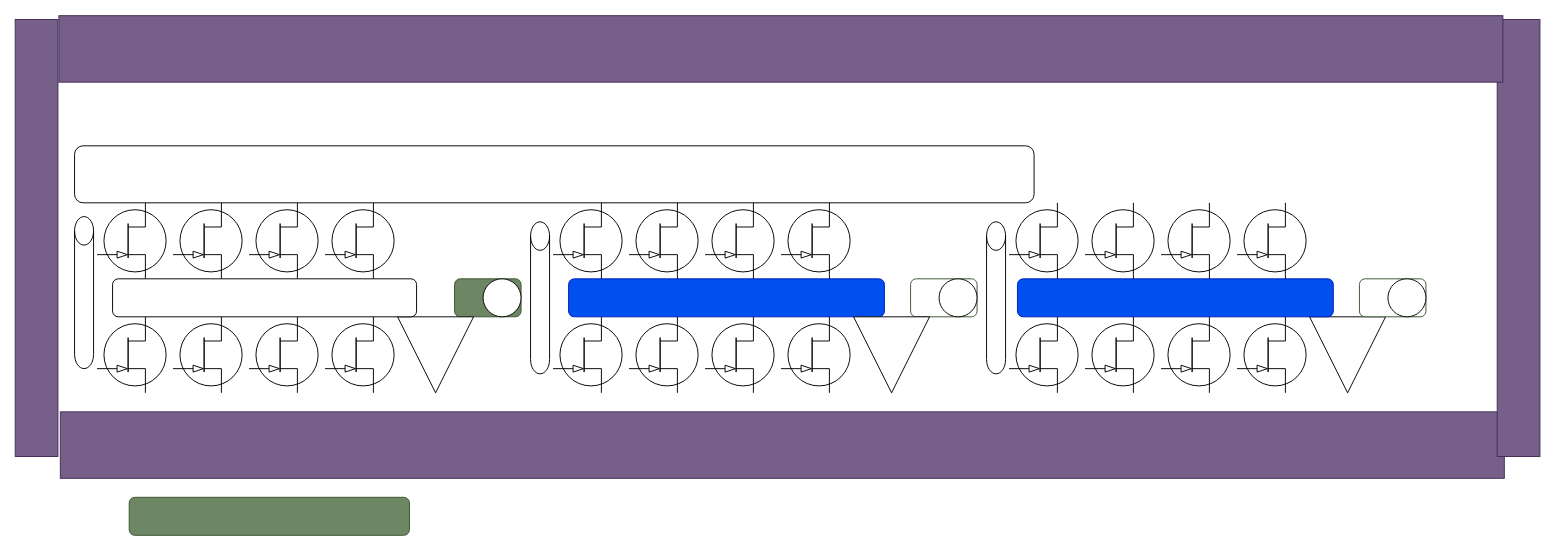
Earlier version of the draw.io diagram page "布局方案3（高端采样）" (3 of 6) of 氮化镓布局.drawio (dchangsheng/drawio). Source tidied: cells renumbered, new cells numbered last; positions are measured from the earlier drawing's top-left corner, leaving out a move shared by most shapes. Both pictures are drawn from the tidied source at 95%, with x=0, y=0 at pixel (-182, 15).
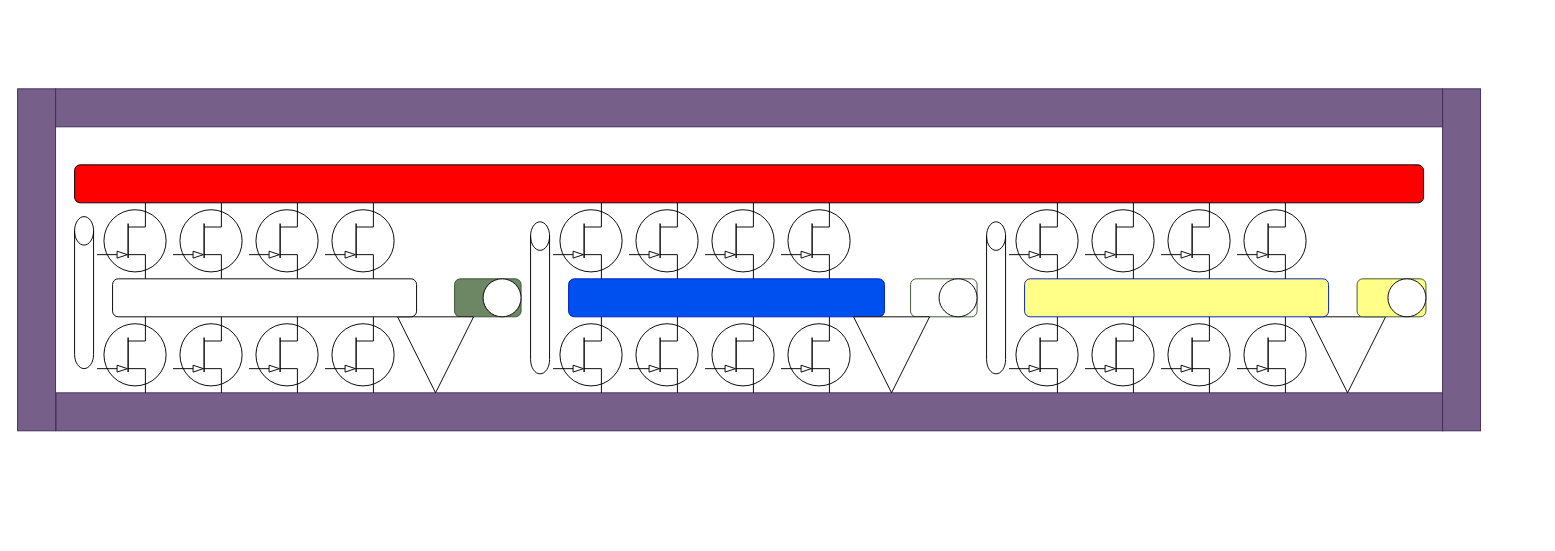
After the change.

What changed in the source:
```diff
@@
     <mxCell id="2" style="rounded=0;whiteSpace=wrap;html=1;fillColor=light-dark(#76608A,#000099);strokeColor=#432D57;fontColor=#ffffff;rotation=-180;" parent="1" vertex="1">
-      <mxGeometry x="255" y="417" width="1520" height="70" as="geometry" />
+      <mxGeometry x="250.5" y="397" width="1460" height="40" as="geometry" />
     </mxCell>
@@
-    <mxCell id="9" style="rounded=0;whiteSpace=wrap;html=1;fillColor=light-dark(#76608A,#000099);strokeColor=#432D57;fontColor=#ffffff;rotation=-90;" parent="1" vertex="1">
-      <mxGeometry y="211.5" width="460" height="45" as="geometry" />
-    </mxCell>
     <mxCell id="10" style="rounded=0;whiteSpace=wrap;html=1;fillColor=light-dark(#76608A,#000099);strokeColor=#432D57;fontColor=#ffffff;rotation=-90;" parent="1" vertex="1">
-      <mxGeometry x="1560" y="211.5" width="460" height="45" as="geometry" />
+      <mxGeometry x="1550" y="237" width="360" height="40" as="geometry" />
     </mxCell>
     <mxCell id="11" style="rounded=0;whiteSpace=wrap;html=1;fillColor=light-dark(#76608A,#000099);strokeColor=#432D57;fontColor=#ffffff;rotation=-180;" parent="1" vertex="1">
-      <mxGeometry x="253.5" width="1520" height="70" as="geometry" />
+      <mxGeometry x="250" y="77" width="1460" height="40" as="geometry" />
     </mxCell>
@@
-    <mxCell id="19" style="rounded=1;whiteSpace=wrap;html=1;fillColor=#6d8764;fontColor=#ffffff;strokeColor=#3A5431;rotation=0;" parent="1" vertex="1">
-      <mxGeometry x="327.5" y="507" width="295" height="40" as="geometry" />
-    </mxCell>
@@
-    <mxCell id="21" style="rounded=1;whiteSpace=wrap;html=1;" parent="1" vertex="1">
+    <mxCell id="21" style="rounded=1;whiteSpace=wrap;html=1;fillColor=light-dark(#FFFFFF,#718769);" parent="1" vertex="1">
       <mxGeometry x="310" y="277" width="320" height="40" as="geometry" />
     </mxCell>
@@
-    <mxCell id="23" style="rounded=1;whiteSpace=wrap;html=1;" parent="1" vertex="1">
-      <mxGeometry x="270" y="137" width="1010" height="60" as="geometry" />
+    <mxCell id="23" style="rounded=1;whiteSpace=wrap;html=1;fillColor=light-dark(#FF0000,#FF0000);" parent="1" vertex="1">
+      <mxGeometry x="270" y="157" width="1420" height="40" as="geometry" />
     </mxCell>
@@
-    <mxCell id="36" style="rounded=1;whiteSpace=wrap;html=1;fillColor=light-dark(#FFFFFF,#6DB2FF);fontColor=#ffffff;strokeColor=#3A5431;rotation=0;" parent="1" vertex="1">
-      <mxGeometry x="1622.5" y="277" width="70" height="40" as="geometry" />
+    <mxCell id="36" style="rounded=1;whiteSpace=wrap;html=1;fillColor=light-dark(#FFFF88,#FFFF33);fontColor=#ffffff;strokeColor=#3A5431;rotation=0;" parent="1" vertex="1">
+      <mxGeometry x="1620" y="277" width="72.5" height="40" as="geometry" />
     </mxCell>
@@
-    <mxCell id="38" style="rounded=1;whiteSpace=wrap;html=1;fillColor=#0050ef;strokeColor=#001DBC;rotation=0;fontColor=#ffffff;" parent="1" vertex="1">
-      <mxGeometry x="1262.5" y="277" width="332.5" height="40" as="geometry" />
+    <mxCell id="38" style="rounded=1;whiteSpace=wrap;html=1;fillColor=light-dark(#FFFF88,#FFFF33);strokeColor=#001DBC;rotation=0;fontColor=#ffffff;" parent="1" vertex="1">
+      <mxGeometry x="1270" y="277" width="320" height="40" as="geometry" />
     </mxCell>
@@
+    <mxCell id="47" style="rounded=0;whiteSpace=wrap;html=1;fillColor=light-dark(#76608A,#000099);strokeColor=#432D57;fontColor=#ffffff;rotation=-90;" parent="1" vertex="1">
+      <mxGeometry x="50" y="237" width="360" height="40" as="geometry" />
+    </mxCell>
```
